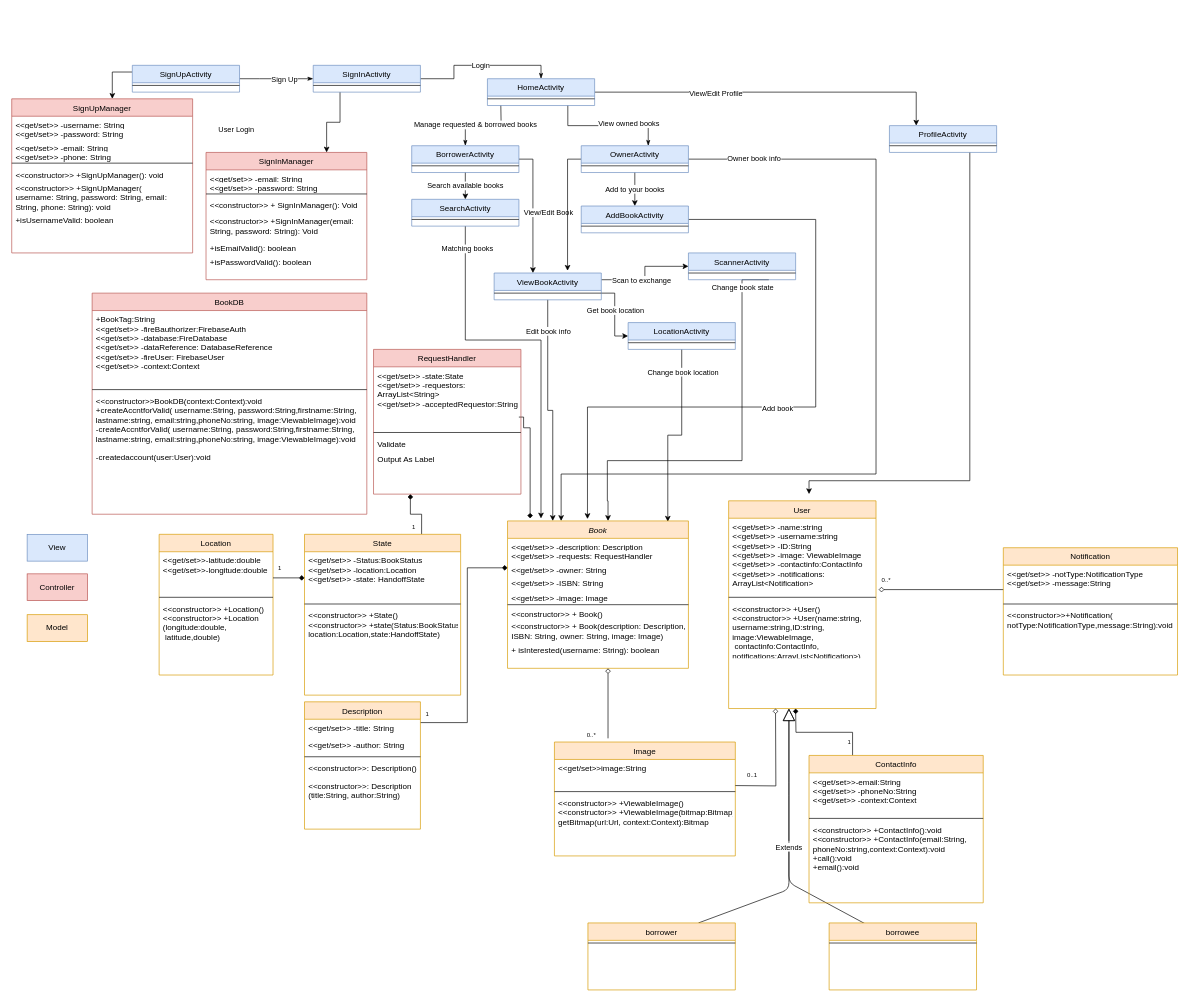
Above: doc/BookerUML.drawio in CMPUT301F20T39/Booker (draw.io), before the change. Source tidied: cells renumbered, new cells numbered last; positions are measured from the earlier drawing's top-left corner, leaving out a move shared by most shapes. Both pictures are drawn from the tidied source at 67%, with x=0, y=0 at pixel (11, 65).
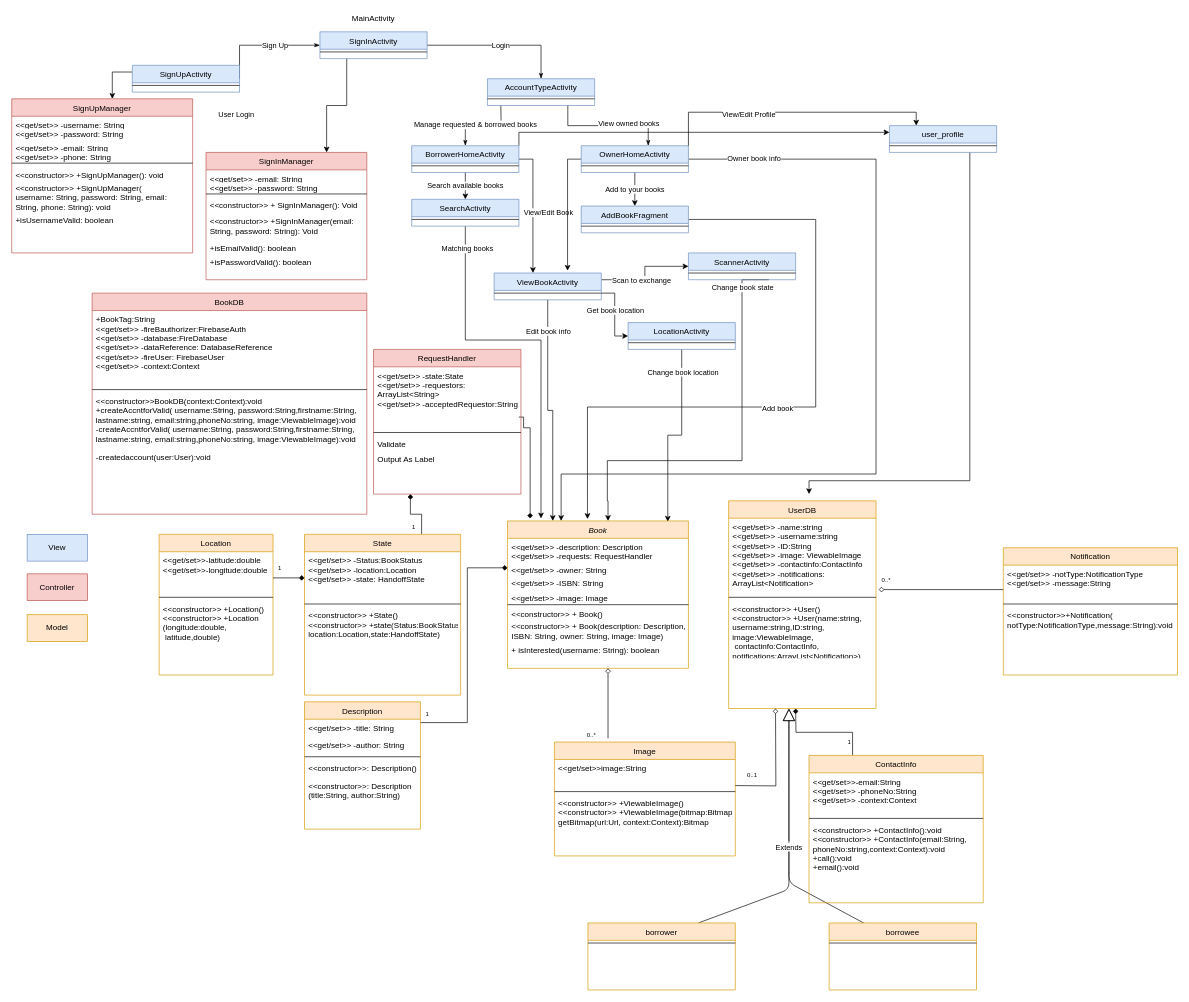
After the change.

The change refers to these unchanged cells:
```xml
<mxCell id="27" value="SignUpActivity" style="swimlane;fontStyle=0;align=center;verticalAlign=top;horizontal=1;startSize=26;rounded=0;shadow=0;strokeWidth=1;fillColor=#dae8fc;strokeColor=#6c8ebf;" parent="1" vertex="1">
  <mxGeometry x="180" width="160" height="40" as="geometry" />
</mxCell>
```

The edit, as a diff of the source:
```diff
@@
     <mxCell id="24" style="edgeStyle=orthogonalEdgeStyle;rounded=0;jettySize=auto;html=1;exitX=1;exitY=0.5;exitDx=0;exitDy=0;entryX=0;entryY=0.5;entryDx=0;entryDy=0;startArrow=none;startFill=0;endArrow=classicThin;endFill=1;" parent="1" edge="1" source="27" target="41">
       <mxGeometry relative="1" as="geometry">
         <Array as="points">
-          <mxPoint x="370" y="20" />
-          <mxPoint x="370" y="20" />
+          <mxPoint x="340" y="-30" />
         </Array>
       </mxGeometry>
     </mxCell>
@@
+    <mxCell id="148" style="edgeStyle=orthogonalEdgeStyle;rounded=0;jettySize=auto;html=1;exitX=1;exitY=0;exitDx=0;exitDy=0;entryX=0;entryY=0.25;entryDx=0;entryDy=0;" parent="1" edge="1" source="36" target="78">
+      <mxGeometry relative="1" as="geometry" />
+    </mxCell>
-    <mxCell id="36" value="BorrowerActivity" style="swimlane;fontStyle=0;align=center;verticalAlign=top;horizontal=1;startSize=26;rounded=0;shadow=0;strokeWidth=1;fillColor=#dae8fc;strokeColor=#6c8ebf;" parent="1" vertex="1">
+    <mxCell id="36" value="BorrowerHomeActivity" style="swimlane;fontStyle=0;align=center;verticalAlign=top;horizontal=1;startSize=26;rounded=0;shadow=0;strokeWidth=1;fillColor=#dae8fc;strokeColor=#6c8ebf;" parent="1" vertex="1">
       <mxGeometry x="597" y="120" width="160" height="40" as="geometry" />
     </mxCell>
@@
     <mxCell id="41" value="SignInActivity" style="swimlane;fontStyle=0;align=center;verticalAlign=top;horizontal=1;startSize=26;rounded=0;shadow=0;strokeWidth=1;fillColor=#dae8fc;strokeColor=#6c8ebf;" parent="1" vertex="1">
-      <mxGeometry x="450" width="160" height="40" as="geometry" />
+      <mxGeometry x="460" y="-50" width="160" height="40" as="geometry" />
     </mxCell>
@@
-    <mxCell id="47" value="OwnerActivity" style="swimlane;fontStyle=0;align=center;verticalAlign=top;horizontal=1;startSize=26;rounded=0;shadow=0;strokeWidth=1;fillColor=#dae8fc;strokeColor=#6c8ebf;" parent="1" vertex="1">
+    <mxCell id="47" value="OwnerHomeActivity" style="swimlane;fontStyle=0;align=center;verticalAlign=top;horizontal=1;startSize=26;rounded=0;shadow=0;strokeWidth=1;fillColor=#dae8fc;strokeColor=#6c8ebf;" parent="1" vertex="1">
       <mxGeometry x="850" y="120" width="160" height="40" as="geometry" />
     </mxCell>
@@
-    <mxCell id="55" value="AddBookActivity" style="swimlane;fontStyle=0;align=center;verticalAlign=top;horizontal=1;startSize=26;rounded=0;shadow=0;strokeWidth=1;fillColor=#dae8fc;strokeColor=#6c8ebf;" parent="1" vertex="1">
+    <mxCell id="55" value="AddBookFragment" style="swimlane;fontStyle=0;align=center;verticalAlign=top;horizontal=1;startSize=26;rounded=0;shadow=0;strokeWidth=1;fillColor=#dae8fc;strokeColor=#6c8ebf;" parent="1" vertex="1">
       <mxGeometry x="850" y="210" width="160" height="40" as="geometry" />
     </mxCell>
@@
-    <mxCell id="65" style="edgeStyle=orthogonalEdgeStyle;rounded=0;jettySize=auto;html=1;exitX=1;exitY=0.5;exitDx=0;exitDy=0;entryX=0.25;entryY=0;entryDx=0;entryDy=0;" parent="1" edge="1" source="67" target="78">
+    <mxCell id="65" style="edgeStyle=orthogonalEdgeStyle;rounded=0;jettySize=auto;html=1;exitX=1;exitY=0;exitDx=0;exitDy=0;entryX=0.25;entryY=0;entryDx=0;entryDy=0;" parent="1" edge="1" source="47" target="78">
       <mxGeometry relative="1" as="geometry" />
     </mxCell>
@@
-    <mxCell id="67" value="HomeActivity" style="swimlane;fontStyle=0;align=center;verticalAlign=top;horizontal=1;startSize=26;rounded=0;shadow=0;strokeWidth=1;fillColor=#dae8fc;strokeColor=#6c8ebf;" parent="1" vertex="1">
+    <mxCell id="67" value="AccountTypeActivity&#10;" style="swimlane;fontStyle=0;align=center;verticalAlign=top;horizontal=1;startSize=26;rounded=0;shadow=0;strokeWidth=1;fillColor=#dae8fc;strokeColor=#6c8ebf;" parent="1" vertex="1">
       <mxGeometry x="710" y="20" width="160" height="40" as="geometry" />
     </mxCell>
@@
-    <mxCell id="78" value="ProfileActivity" style="swimlane;fontStyle=0;align=center;verticalAlign=top;horizontal=1;startSize=26;rounded=0;shadow=0;strokeWidth=1;fillColor=#dae8fc;strokeColor=#6c8ebf;" parent="1" vertex="1">
+    <mxCell id="78" value="user_profile" style="swimlane;fontStyle=0;align=center;verticalAlign=top;horizontal=1;startSize=26;rounded=0;shadow=0;strokeWidth=1;fillColor=#dae8fc;strokeColor=#6c8ebf;" parent="1" vertex="1">
       <mxGeometry x="1310" y="90" width="160" height="40" as="geometry" />
     </mxCell>
@@
-    <mxCell id="84" value="User" style="swimlane;fontStyle=0;align=center;verticalAlign=top;horizontal=1;startSize=26;rounded=0;shadow=0;strokeWidth=1;fillColor=#ffe6cc;strokeColor=#d79b00;" parent="1" vertex="1">
+    <mxCell id="84" value="UserDB" style="swimlane;fontStyle=0;align=center;verticalAlign=top;horizontal=1;startSize=26;rounded=0;shadow=0;strokeWidth=1;fillColor=#ffe6cc;strokeColor=#d79b00;" parent="1" vertex="1">
       <mxGeometry x="1070" y="650" width="220" height="310" as="geometry" />
     </mxCell>
@@
+    <mxCell id="149" value="MainActivity" style="text;html=1;strokeColor=none;fillColor=none;align=center;verticalAlign=middle;whiteSpace=wrap;rounded=0;" parent="1" vertex="1">
+      <mxGeometry x="520" y="-80" width="40" height="20" as="geometry" />
+    </mxCell>
```
